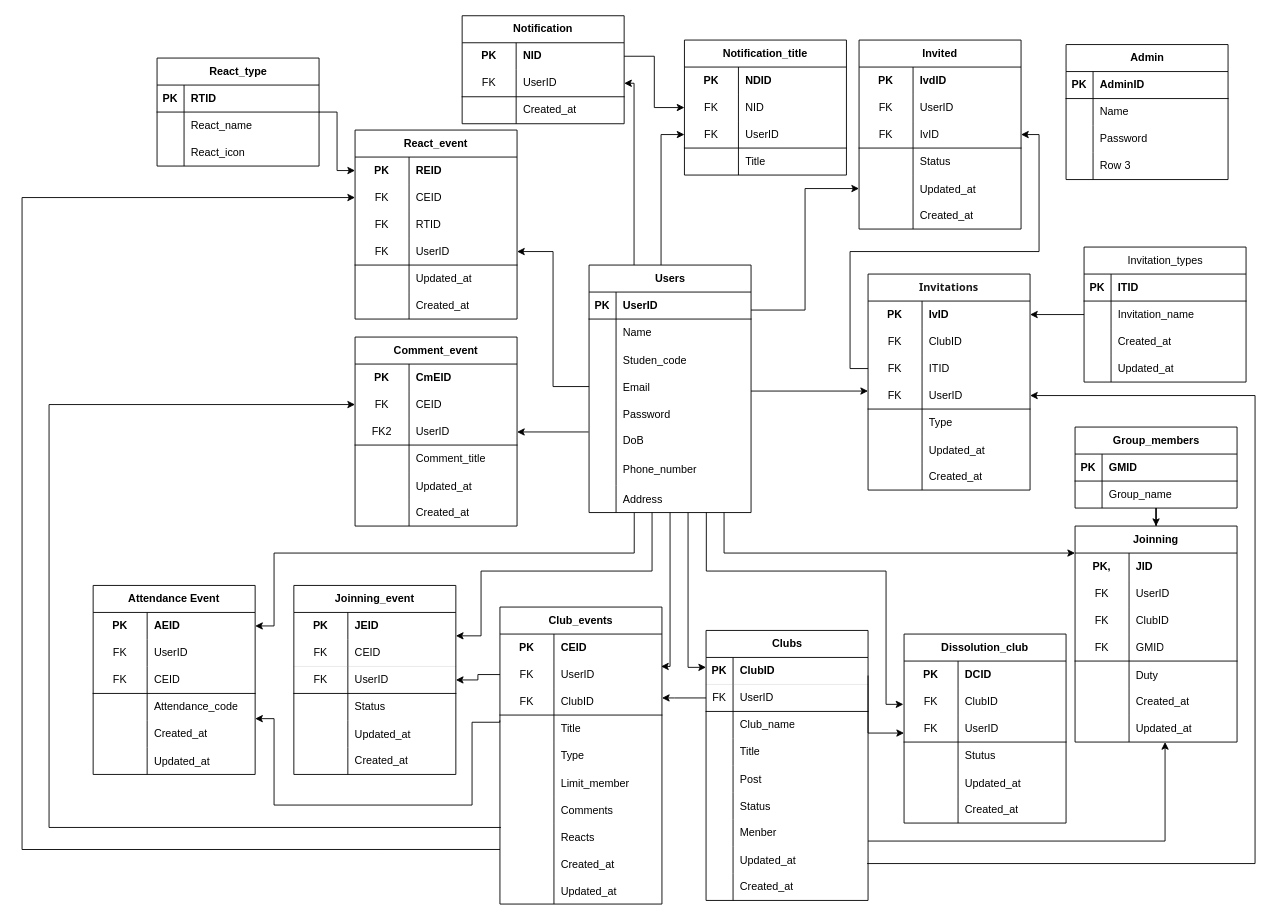
This is page "Database" (14 of 14) of diagram.drawio from ZanhhTrann/finall_project-, a draw.io file, before an edit. Source tidied: cells renumbered, new cells numbered last; positions are measured from the earlier drawing's top-left corner, leaving out a move shared by most shapes. Both pictures are drawn from the tidied source at 90%, with x=0, y=0 at pixel (22, 15).
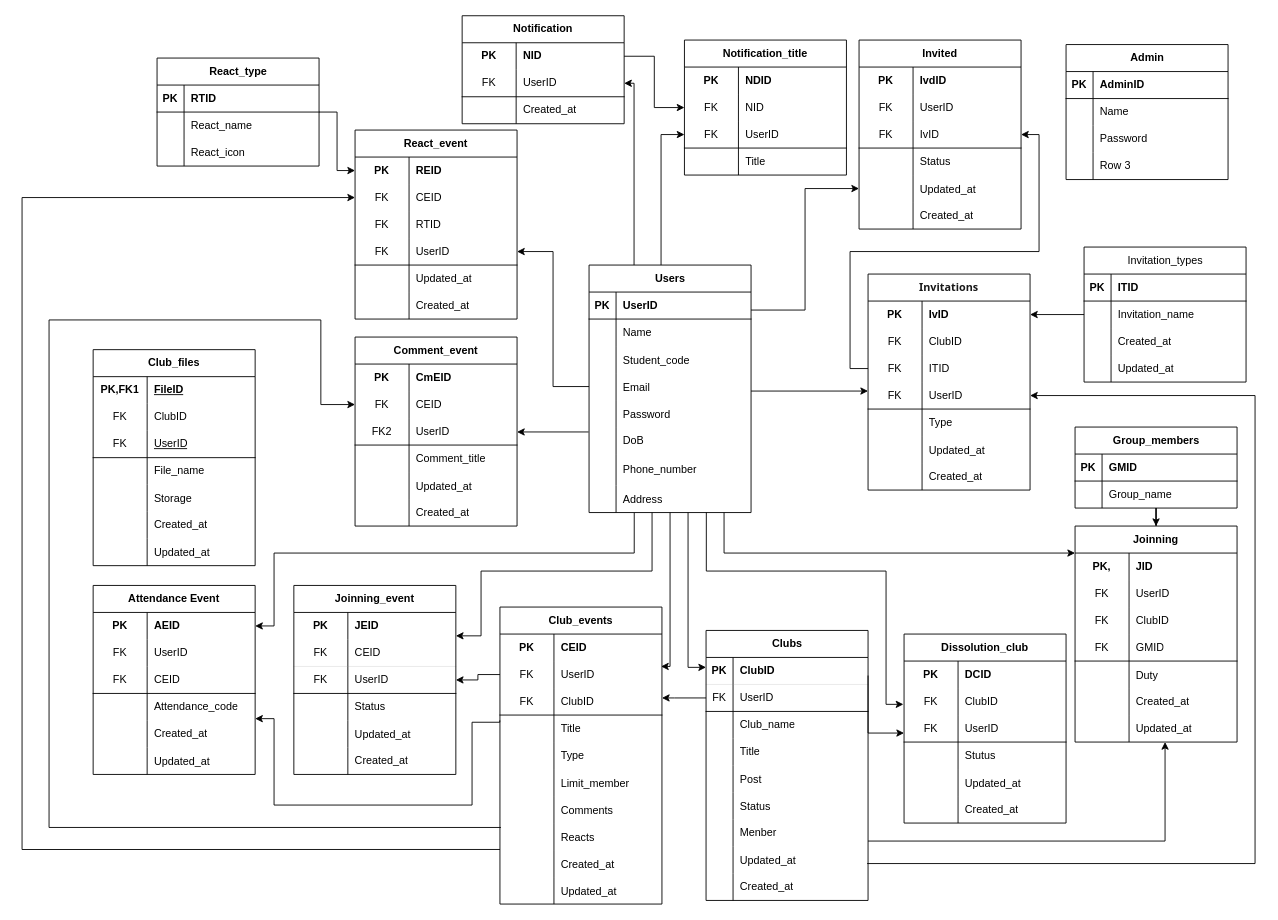
The same diagram, later.

Unchanged cells that the change refers to:
```xml
<mxCell id="9" style="shape=tableRow;horizontal=0;startSize=0;swimlaneHead=0;swimlaneBody=0;fillColor=none;top=0;left=0;right=0;bottom=0;fontStyle=0;" parent="2" vertex="1">
  <mxGeometry y="90" width="180" height="30" as="geometry" />
</mxCell>
<mxCell id="120" style="shape=tableRow;horizontal=0;startSize=0;swimlaneHead=0;swimlaneBody=0;fillColor=none;points=[[0,0.5],[1,0.5]];portConstraint=eastwest;top=0;left=0;right=0;bottom=0;fontStyle=0;" parent="98" vertex="1">
  <mxGeometry y="240" width="180" height="30" as="geometry" />
</mxCell>
<mxCell id="152" style="shape=tableRow;horizontal=0;startSize=0;swimlaneHead=0;swimlaneBody=0;fillColor=none;points=[[0,0.5],[1,0.5]];portConstraint=eastwest;top=0;left=0;right=0;bottom=0;fontStyle=0;" parent="148" vertex="1">
  <mxGeometry y="60" width="180" height="30" as="geometry" />
</mxCell>
```

The edit, as a diff of the source:
```diff
@@
-    <mxCell id="11" value="Studen_code" style="shape=partialRectangle;fillColor=none;top=0;left=0;bottom=0;right=0;align=left;spacingLeft=6;overflow=hidden;fontStyle=0;" parent="9" vertex="1">
+    <mxCell id="11" value="Student_code" style="shape=partialRectangle;fillColor=none;top=0;left=0;bottom=0;right=0;align=left;spacingLeft=6;overflow=hidden;fontStyle=0;" parent="9" vertex="1">
       <mxGeometry x="30" width="150" height="30" as="geometry" />
     </mxCell>
@@
     <mxCell id="322" style="edgeStyle=orthogonalEdgeStyle;rounded=0;jettySize=auto;html=1;entryX=0;entryY=0.5;entryDx=0;entryDy=0;exitX=0.006;exitY=0.164;exitDx=0;exitDy=0;exitPerimeter=0;" parent="1" edge="1" source="120" target="152">
       <mxGeometry relative="1" as="geometry">
         <Array as="points">
           <mxPoint x="30" y="902" />
-          <mxPoint x="30" y="432" />
+          <mxPoint x="30" y="338" />
+          <mxPoint x="332" y="338" />
+          <mxPoint x="332" y="432" />
         </Array>
       </mxGeometry>
     </mxCell>
@@
+    <mxCell id="335" value="Club_files" style="shape=table;startSize=30;childLayout=tableLayout;rowLines=0;fontStyle=1;align=center;html=1;whiteSpace=wrap;" parent="1" vertex="1">
+      <mxGeometry x="79" y="371" width="180" height="240" as="geometry" />
+    </mxCell>
+    <mxCell id="336" style="shape=tableRow;horizontal=0;startSize=0;swimlaneHead=0;swimlaneBody=0;fillColor=none;top=0;left=0;right=0;bottom=0;html=1;" parent="335" vertex="1">
+      <mxGeometry y="30" width="180" height="30" as="geometry" />
+    </mxCell>
+    <mxCell id="337" value="PK,FK1" style="shape=partialRectangle;fillColor=none;top=0;left=0;bottom=0;right=0;fontStyle=1;overflow=hidden;html=1;whiteSpace=wrap;" parent="336" vertex="1">
+      <mxGeometry width="60" height="30" as="geometry" />
+    </mxCell>
+    <mxCell id="338" value="FileID" style="shape=partialRectangle;fillColor=none;top=0;left=0;bottom=0;right=0;align=left;spacingLeft=6;fontStyle=5;overflow=hidden;html=1;whiteSpace=wrap;" parent="336" vertex="1">
+      <mxGeometry x="60" width="120" height="30" as="geometry" />
+    </mxCell>
+    <mxCell id="339" style="shape=tableRow;horizontal=0;startSize=0;swimlaneHead=0;swimlaneBody=0;fillColor=none;top=0;left=0;right=0;bottom=0;" parent="335" vertex="1">
+      <mxGeometry y="60" width="180" height="30" as="geometry" />
+    </mxCell>
+    <mxCell id="340" value="FK" style="shape=partialRectangle;fillColor=none;top=0;left=0;bottom=0;right=0;fontStyle=0;overflow=hidden;whiteSpace=wrap;html=1;" parent="339" vertex="1">
+      <mxGeometry width="60" height="30" as="geometry" />
+    </mxCell>
+    <mxCell id="341" value="ClubID" style="shape=partialRectangle;fillColor=none;top=0;left=0;bottom=0;right=0;align=left;spacingLeft=6;fontStyle=0;overflow=hidden;whiteSpace=wrap;html=1;" parent="339" vertex="1">
+      <mxGeometry x="60" width="120" height="30" as="geometry" />
+    </mxCell>
+    <mxCell id="342" style="shape=tableRow;horizontal=0;startSize=0;swimlaneHead=0;swimlaneBody=0;fillColor=none;top=0;left=0;right=0;bottom=1;html=1;" parent="335" vertex="1">
+      <mxGeometry y="90" width="180" height="30" as="geometry" />
+    </mxCell>
+    <mxCell id="343" value="&lt;span style=&quot;font-weight: normal;&quot;&gt;FK&lt;/span&gt;" style="shape=partialRectangle;fillColor=none;top=0;left=0;bottom=0;right=0;fontStyle=1;overflow=hidden;html=1;whiteSpace=wrap;" parent="342" vertex="1">
+      <mxGeometry width="60" height="30" as="geometry" />
+    </mxCell>
+    <mxCell id="344" value="&lt;span style=&quot;font-weight: normal;&quot;&gt;UserID&lt;/span&gt;" style="shape=partialRectangle;fillColor=none;top=0;left=0;bottom=0;right=0;align=left;spacingLeft=6;fontStyle=5;overflow=hidden;html=1;whiteSpace=wrap;" parent="342" vertex="1">
+      <mxGeometry x="60" width="120" height="30" as="geometry" />
+    </mxCell>
+    <mxCell id="345" style="shape=tableRow;horizontal=0;startSize=0;swimlaneHead=0;swimlaneBody=0;fillColor=none;top=0;left=0;right=0;bottom=0;html=1;" parent="335" vertex="1">
+      <mxGeometry y="120" width="180" height="30" as="geometry" />
+    </mxCell>
+    <mxCell id="346" style="shape=partialRectangle;fillColor=none;top=0;left=0;bottom=0;right=0;overflow=hidden;html=1;whiteSpace=wrap;" parent="345" vertex="1">
+      <mxGeometry width="60" height="30" as="geometry" />
+    </mxCell>
+    <mxCell id="347" value="File_name" style="shape=partialRectangle;fillColor=none;top=0;left=0;bottom=0;right=0;align=left;spacingLeft=6;overflow=hidden;html=1;whiteSpace=wrap;" parent="345" vertex="1">
+      <mxGeometry x="60" width="120" height="30" as="geometry" />
+    </mxCell>
+    <mxCell id="348" style="shape=tableRow;horizontal=0;startSize=0;swimlaneHead=0;swimlaneBody=0;fillColor=none;top=0;left=0;right=0;bottom=0;" parent="335" vertex="1">
+      <mxGeometry y="150" width="180" height="30" as="geometry" />
+    </mxCell>
+    <mxCell id="349" style="shape=partialRectangle;fillColor=none;top=0;left=0;bottom=0;right=0;overflow=hidden;" parent="348" vertex="1">
+      <mxGeometry width="60" height="30" as="geometry" />
+    </mxCell>
+    <mxCell id="350" value="Storage" style="shape=partialRectangle;fillColor=none;top=0;left=0;bottom=0;right=0;align=left;spacingLeft=6;overflow=hidden;" parent="348" vertex="1">
+      <mxGeometry x="60" width="120" height="30" as="geometry" />
+    </mxCell>
+    <mxCell id="351" style="shape=tableRow;horizontal=0;startSize=0;swimlaneHead=0;swimlaneBody=0;fillColor=none;top=0;left=0;right=0;bottom=0;html=1;" parent="335" vertex="1">
+      <mxGeometry y="180" width="180" height="30" as="geometry" />
+    </mxCell>
+    <mxCell id="352" style="shape=partialRectangle;fillColor=none;top=0;left=0;bottom=0;right=0;overflow=hidden;html=1;whiteSpace=wrap;" parent="351" vertex="1">
+      <mxGeometry width="60" height="30" as="geometry" />
+    </mxCell>
+    <mxCell id="353" value="Created_at" style="shape=partialRectangle;fillColor=none;top=0;left=0;bottom=0;right=0;align=left;spacingLeft=6;overflow=hidden;html=1;whiteSpace=wrap;" parent="351" vertex="1">
+      <mxGeometry x="60" width="120" height="30" as="geometry" />
+    </mxCell>
+    <mxCell id="354" style="shape=tableRow;horizontal=0;startSize=0;swimlaneHead=0;swimlaneBody=0;fillColor=none;top=0;left=0;right=0;bottom=0;" parent="335" vertex="1">
+      <mxGeometry y="210" width="180" height="30" as="geometry" />
+    </mxCell>
+    <mxCell id="355" style="shape=partialRectangle;fillColor=none;top=0;left=0;bottom=0;right=0;overflow=hidden;" parent="354" vertex="1">
+      <mxGeometry width="60" height="30" as="geometry" />
+    </mxCell>
+    <mxCell id="356" value="Updated_at" style="shape=partialRectangle;fillColor=none;top=0;left=0;bottom=0;right=0;align=left;spacingLeft=6;overflow=hidden;" parent="354" vertex="1">
+      <mxGeometry x="60" width="120" height="30" as="geometry" />
+    </mxCell>
```
